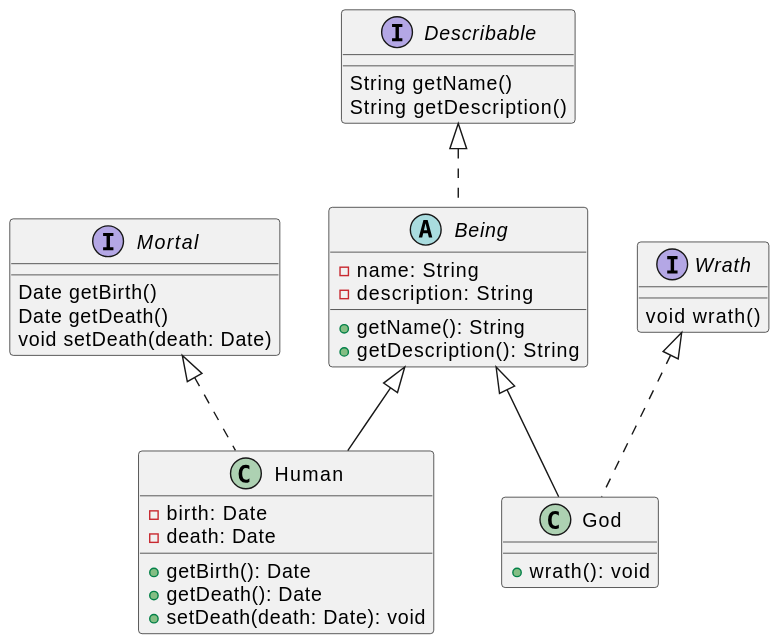
Before: images/2_interfaces.svg, a diagram exported from PlantUML (athenaeum-brew/making-of). The source it was exported from:
```plantuml
@startuml
interface Describable {
    String getName()
    String getDescription()
}

interface Mortal {
    Date getBirth()
    Date getDeath()
    void setDeath(death: Date)
}

interface Wrath {
    void wrath()
}

abstract class Being implements Describable {
    -name: String
    -description: String
    +getName(): String
    +getDescription(): String
}

class Human extends Being implements Mortal {
    -birth: Date
    -death: Date
    +getBirth(): Date
    +getDeath(): Date
    +setDeath(death: Date): void
}

class God extends Being implements Wrath {
    +wrath(): void
}
@enduml
```
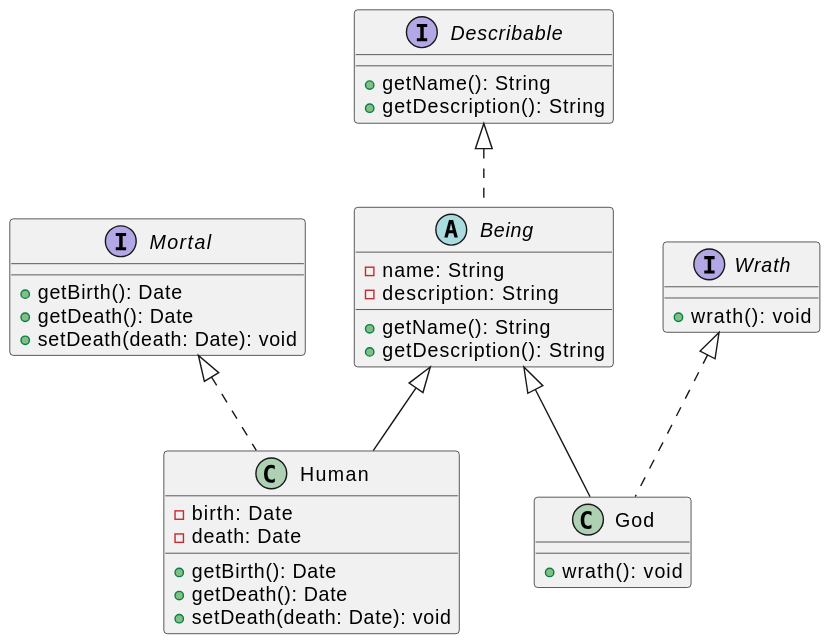
The same diagram one commit later.

Change to the diagram source:
```diff
@@ -1,17 +1,17 @@
 @startuml
 interface Describable {
-    String getName()
-    String getDescription()
+    +getName(): String
+    +getDescription(): String
 }
 
 interface Mortal {
-    Date getBirth()
-    Date getDeath()
-    void setDeath(death: Date)
+    +getBirth(): Date
+    +getDeath(): Date
+    +setDeath(death: Date): void
 }
 
 interface Wrath {
-    void wrath()
+    +wrath(): void
 }
 
 abstract class Being implements Describable {
```
